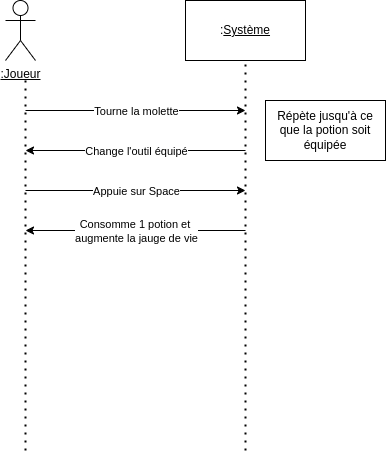
This is doc/Diagrammes/Diagramme_séquence_soin.png from laisnmat/kotlin-game, a draw.io export, as it was before one commit. Source tidied: cells renumbered, new cells last; positions are measured from the earlier drawing's top-left corner, leaving out a move shared by most shapes. Its diagram source:
```xml
<mxGraphModel>
  <root>
    <mxCell id="0" />
    <mxCell id="1" parent="0" />
    <mxCell id="2" value="&lt;u&gt;:Joueur&lt;/u&gt;" style="shape=umlActor;verticalLabelPosition=bottom;verticalAlign=top;html=1;" parent="1" vertex="1">
      <mxGeometry width="30" height="60" as="geometry" />
    </mxCell>
    <mxCell id="3" value=":&lt;u&gt;Système&lt;/u&gt;" style="rounded=0;whiteSpace=wrap;html=1;" parent="1" vertex="1">
      <mxGeometry x="180" width="120" height="60" as="geometry" />
    </mxCell>
    <mxCell id="4" style="endArrow=none;dashed=1;html=1;dashPattern=1 3;strokeWidth=2;rounded=0;entryX=0.5;entryY=1;entryDx=0;entryDy=0;" parent="1" edge="1" target="3">
      <mxGeometry relative="1" as="geometry">
        <mxPoint x="240" y="450" as="sourcePoint" />
      </mxGeometry>
    </mxCell>
    <mxCell id="5" style="endArrow=none;dashed=1;html=1;dashPattern=1 3;strokeWidth=2;rounded=0;" parent="1" edge="1">
      <mxGeometry relative="1" as="geometry">
        <mxPoint x="20" y="450" as="sourcePoint" />
        <mxPoint x="20" y="80" as="targetPoint" />
      </mxGeometry>
    </mxCell>
    <mxCell id="6" style="endArrow=classic;html=1;rounded=0;" parent="1" edge="1">
      <mxGeometry relative="1" as="geometry">
        <mxPoint x="20" y="110" as="sourcePoint" />
        <mxPoint x="240" y="110" as="targetPoint" />
      </mxGeometry>
    </mxCell>
    <mxCell id="7" value="Tourne la molette" style="edgeLabel;html=1;align=center;verticalAlign=middle;" parent="6" vertex="1">
      <mxGeometry relative="1" as="geometry" />
    </mxCell>
    <mxCell id="8" style="endArrow=classic;html=1;rounded=0;" parent="1" edge="1">
      <mxGeometry relative="1" as="geometry">
        <mxPoint x="240" y="150" as="sourcePoint" />
        <mxPoint x="20" y="150" as="targetPoint" />
      </mxGeometry>
    </mxCell>
    <mxCell id="9" value="Change l'outil équipé" style="edgeLabel;html=1;align=center;verticalAlign=middle;" parent="8" vertex="1">
      <mxGeometry relative="1" as="geometry" />
    </mxCell>
    <mxCell id="10" value="Répète jusqu'à ce que la potion soit équipée" style="rounded=0;whiteSpace=wrap;html=1;" parent="1" vertex="1">
      <mxGeometry x="260" y="100" width="120" height="60" as="geometry" />
    </mxCell>
    <mxCell id="11" style="endArrow=classic;html=1;rounded=0;" parent="1" edge="1">
      <mxGeometry relative="1" as="geometry">
        <mxPoint x="20" y="190" as="sourcePoint" />
        <mxPoint x="240" y="190" as="targetPoint" />
      </mxGeometry>
    </mxCell>
    <mxCell id="12" value="Appuie sur Space" style="edgeLabel;html=1;align=center;verticalAlign=middle;" parent="11" vertex="1">
      <mxGeometry relative="1" as="geometry" />
    </mxCell>
    <mxCell id="13" style="endArrow=classic;html=1;rounded=0;" parent="1" edge="1">
      <mxGeometry relative="1" as="geometry">
        <mxPoint x="240" y="230" as="sourcePoint" />
        <mxPoint x="20" y="230" as="targetPoint" />
      </mxGeometry>
    </mxCell>
    <mxCell id="14" value="Consomme 1 potion et&amp;nbsp;&lt;div&gt;augmente la jauge de vie&lt;/div&gt;" style="edgeLabel;html=1;align=center;verticalAlign=middle;" parent="13" vertex="1">
      <mxGeometry relative="1" as="geometry" />
    </mxCell>
  </root>
</mxGraphModel>
```
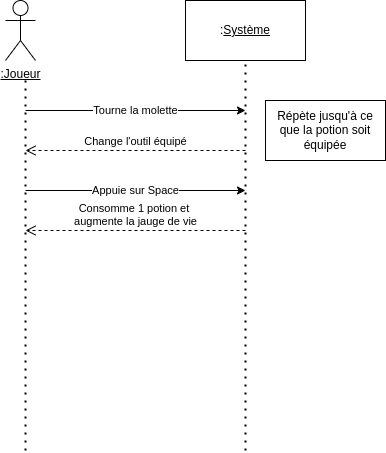
After the change.

Commit message:
Mise à jour diagramme de séquence

Change to the diagram source:
```diff
@@ -28,15 +28,6 @@
     <mxCell id="7" value="Tourne la molette" style="edgeLabel;html=1;align=center;verticalAlign=middle;" parent="6" vertex="1">
       <mxGeometry relative="1" as="geometry" />
     </mxCell>
-    <mxCell id="8" style="endArrow=classic;html=1;rounded=0;" parent="1" edge="1">
-      <mxGeometry relative="1" as="geometry">
-        <mxPoint x="240" y="150" as="sourcePoint" />
-        <mxPoint x="20" y="150" as="targetPoint" />
-      </mxGeometry>
-    </mxCell>
-    <mxCell id="9" value="Change l'outil équipé" style="edgeLabel;html=1;align=center;verticalAlign=middle;" parent="8" vertex="1">
-      <mxGeometry relative="1" as="geometry" />
-    </mxCell>
     <mxCell id="10" value="Répète jusqu'à ce que la potion soit équipée" style="rounded=0;whiteSpace=wrap;html=1;" parent="1" vertex="1">
       <mxGeometry x="260" y="100" width="120" height="60" as="geometry" />
     </mxCell>
@@ -49,14 +40,17 @@
     <mxCell id="12" value="Appuie sur Space" style="edgeLabel;html=1;align=center;verticalAlign=middle;" parent="11" vertex="1">
       <mxGeometry relative="1" as="geometry" />
     </mxCell>
-    <mxCell id="13" style="endArrow=classic;html=1;rounded=0;" parent="1" edge="1">
-      <mxGeometry relative="1" as="geometry">
-        <mxPoint x="240" y="230" as="sourcePoint" />
-        <mxPoint x="20" y="230" as="targetPoint" />
-      </mxGeometry>
-    </mxCell>
+    <mxCell id="9" value="Change l'outil équipé" style="html=1;verticalAlign=bottom;endArrow=open;dashed=1;endSize=8;curved=0;rounded=0;" parent="1" edge="1">
+      <mxGeometry relative="1" as="geometry">
+        <mxPoint x="240" y="150" as="sourcePoint" />
+        <mxPoint x="20" y="150" as="targetPoint" />
+      </mxGeometry>
+    </mxCell>
-    <mxCell id="14" value="Consomme 1 potion et&amp;nbsp;&lt;div&gt;augmente la jauge de vie&lt;/div&gt;" style="edgeLabel;html=1;align=center;verticalAlign=middle;" parent="13" vertex="1">
-      <mxGeometry relative="1" as="geometry" />
+    <mxCell id="14" value="Consomme 1 potion et&amp;nbsp;&lt;div&gt;augmente la jauge de vie&lt;/div&gt;" style="html=1;verticalAlign=bottom;endArrow=open;dashed=1;endSize=8;curved=0;rounded=0;" parent="1" edge="1">
+      <mxGeometry relative="1" as="geometry">
+        <mxPoint x="240" y="230" as="sourcePoint" />
+        <mxPoint x="20" y="230" as="targetPoint" />
+      </mxGeometry>
     </mxCell>
   </root>
 </mxGraphModel>
```
